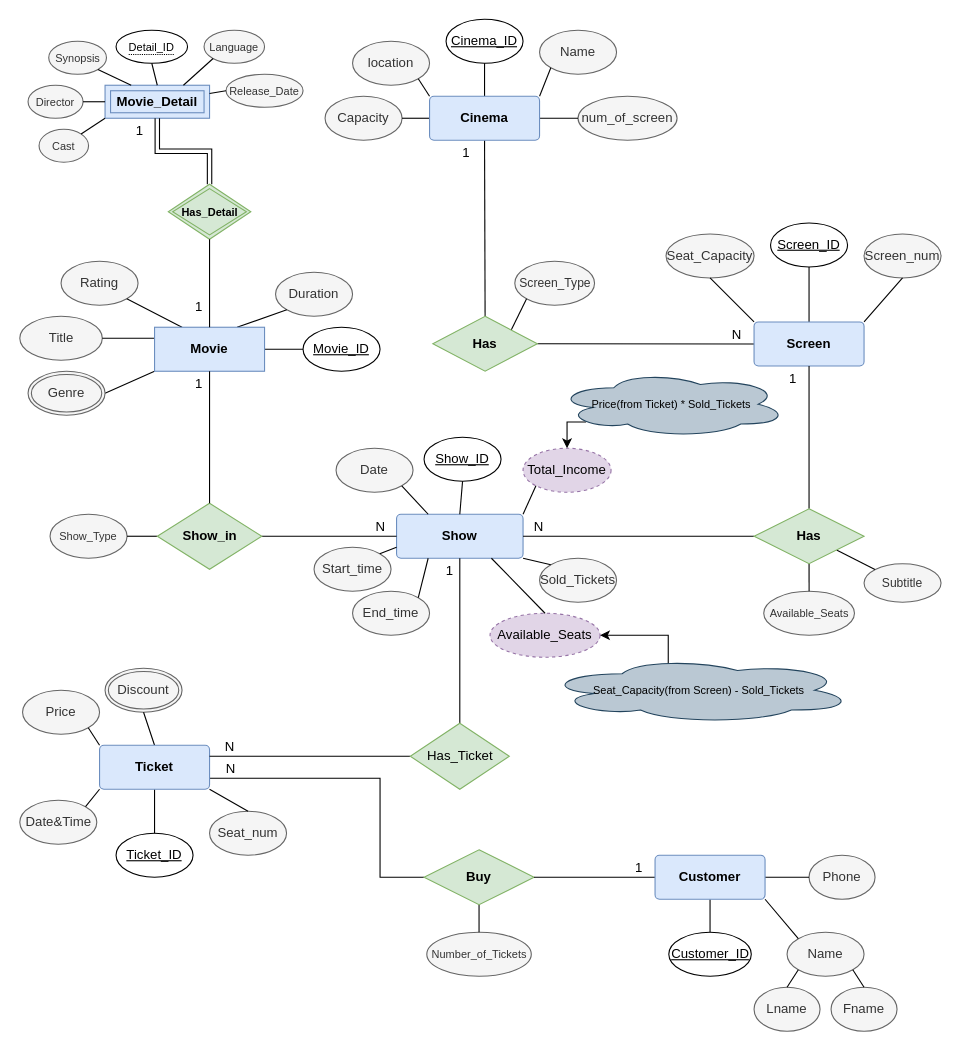
Above: Cinema db.drawio in R-Zarei/Cinema-db (draw.io), before the change. Source tidied: cells renumbered, new cells numbered last; positions are measured from the earlier drawing's top-left corner, leaving out a move shared by most shapes. Both pictures are drawn from the tidied source at 110%, with x=0, y=0 at pixel (19, 19).
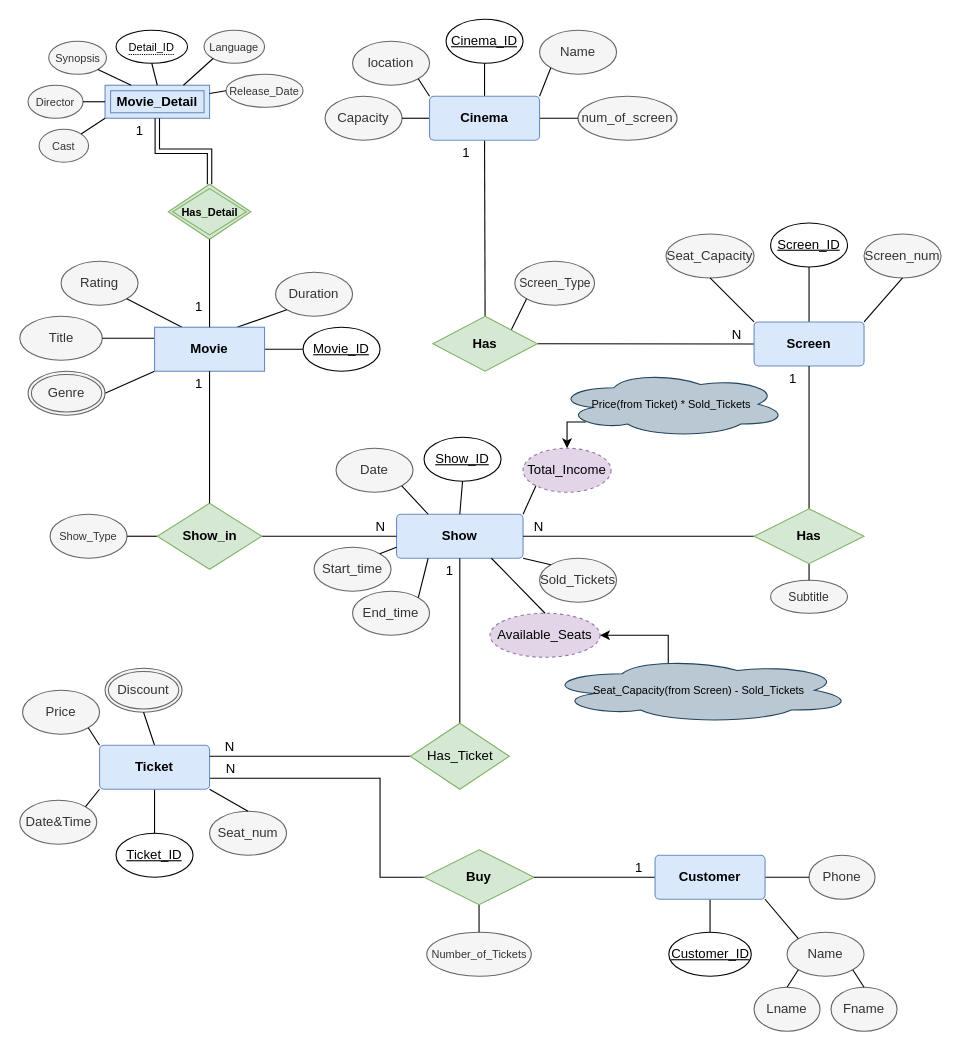
Above is the later version.

The change refers to these unchanged cells:
```xml
<mxCell id="85" value="&lt;b&gt;Has&lt;/b&gt;" style="shape=rhombus;perimeter=rhombusPerimeter;whiteSpace=wrap;html=1;align=center;fillStyle=auto;strokeColor=#82b366;verticalAlign=middle;fontFamily=Helvetica;fontSize=12;fillColor=#d5e8d4;" parent="1" vertex="1">
  <mxGeometry x="668" y="445" width="100" height="50" as="geometry" />
</mxCell>
```

What changed in the source:
```diff
@@
-    <mxCell id="70" value="&lt;font style=&quot;font-size: 10px;&quot;&gt;Available_Seats&lt;/font&gt;" style="ellipse;whiteSpace=wrap;html=1;align=center;fillColor=#f5f5f5;fontColor=#333333;strokeColor=#666666;" parent="1" vertex="1">
-      <mxGeometry x="676.8" y="520" width="82.5" height="40" as="geometry" />
-    </mxCell>
     <mxCell id="71" value="&lt;font style=&quot;font-size: 11px;&quot;&gt;Subtitle&lt;/font&gt;" style="ellipse;whiteSpace=wrap;html=1;align=center;fillColor=#f5f5f5;fontColor=#333333;strokeColor=#666666;" parent="1" vertex="1">
-      <mxGeometry x="768" y="495" width="70" height="35" as="geometry" />
+      <mxGeometry x="683" y="510" width="70" height="30" as="geometry" />
     </mxCell>
-    <mxCell id="72" style="endArrow=none;html=1;rounded=0;entryX=0;entryY=0;entryDx=0;entryDy=0;exitX=1;exitY=1;exitDx=0;exitDy=0;" parent="1" edge="1" source="85" target="71">
+    <mxCell id="72" style="endArrow=none;html=1;rounded=0;entryX=0.5;entryY=0;entryDx=0;entryDy=0;exitX=0.5;exitY=1;exitDx=0;exitDy=0;" parent="1" edge="1" source="85" target="71">
       <mxGeometry relative="1" as="geometry" />
     </mxCell>
-    <mxCell id="73" style="endArrow=none;html=1;rounded=0;exitX=0.5;exitY=0;exitDx=0;exitDy=0;entryX=0.5;entryY=1;entryDx=0;entryDy=0;" parent="1" edge="1" source="70" target="85">
-      <mxGeometry relative="1" as="geometry" />
-    </mxCell>
```
